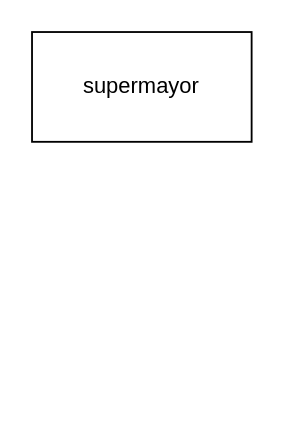
Above: screeps.drawio in xiejizhen007/storage (draw.io), before the change. Source tidied: cells renumbered, new cells numbered last; positions are measured from the earlier drawing's top-left corner, leaving out a move shared by most shapes. Both pictures are drawn from the tidied source at 183%, with x=0, y=0 at pixel (31, 31).
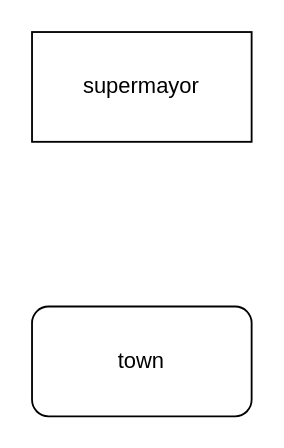
The same diagram, later.

Diff of the diagram source:
```diff
@@
 <mxGraphModel>
   <root>
     <mxCell id="0" />
     <mxCell id="1" parent="0" />
     <mxCell id="2" value="supermayor" style="rounded=0;whiteSpace=wrap;html=1;" parent="1" vertex="1">
       <mxGeometry width="120" height="60" as="geometry" />
     </mxCell>
+    <mxCell id="3" value="town" style="rounded=1;whiteSpace=wrap;html=1;" parent="1" vertex="1">
+      <mxGeometry y="150" width="120" height="60" as="geometry" />
+    </mxCell>
   </root>
 </mxGraphModel>
```
